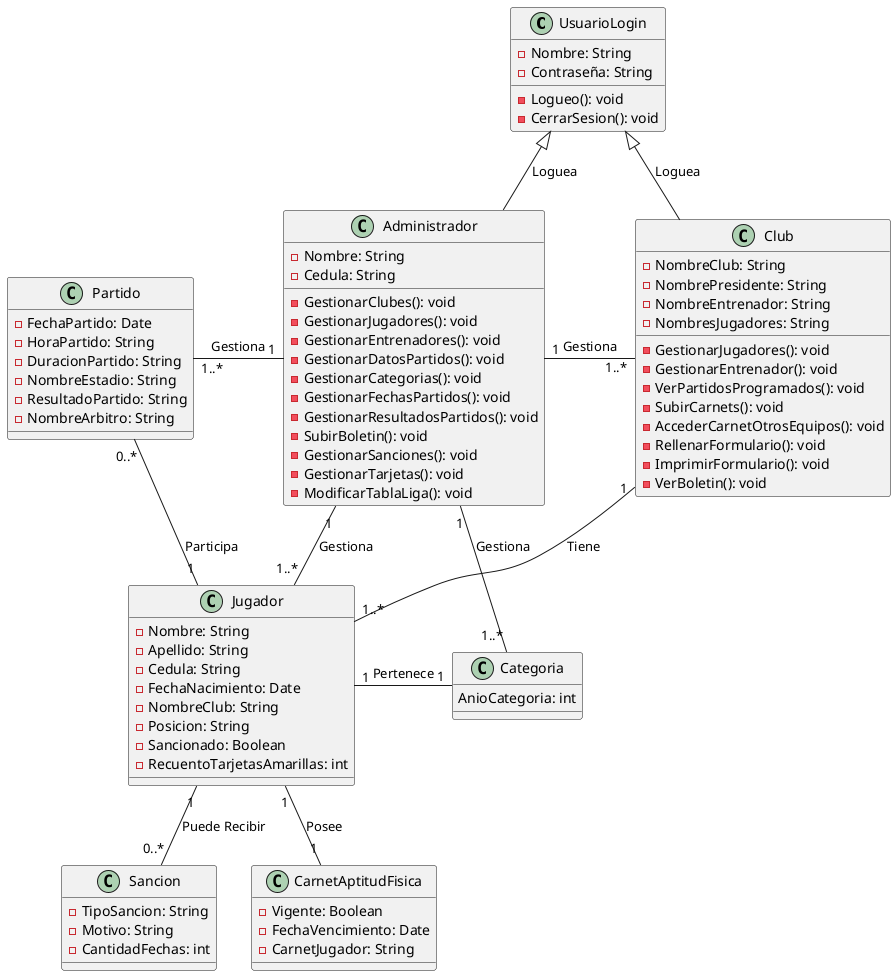
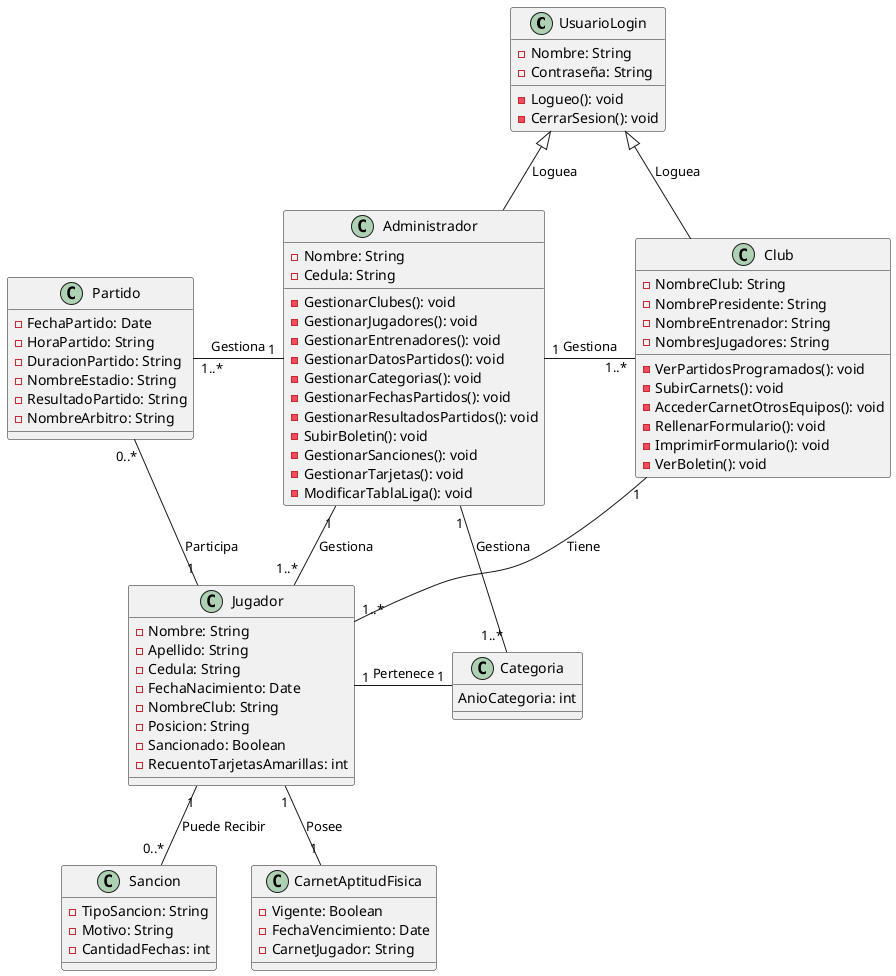
@startuml Final

class UsuarioLogin {
    -Nombre: String
    -Contraseña: String

    -Logueo(): void
    -CerrarSesion(): void

}

class Administrador {
    -Nombre: String
    -Cedula: String

    -GestionarClubes(): void
    -GestionarJugadores(): void
    -GestionarEntrenadores(): void
    -GestionarDatosPartidos(): void
    -GestionarCategorias(): void
    -GestionarFechasPartidos(): void
    -GestionarResultadosPartidos(): void
    -SubirBoletin(): void
    -GestionarSanciones(): void
    -GestionarTarjetas(): void
    -ModificarTablaLiga(): void
}

class Club {
    -NombreClub: String
    -NombrePresidente: String
    -NombreEntrenador: String
    -NombresJugadores: String

-     -GestionarJugadores(): void
-     -GestionarEntrenador(): void
    -VerPartidosProgramados(): void
    -SubirCarnets(): void
    -AccederCarnetOtrosEquipos(): void
    -RellenarFormulario(): void
    -ImprimirFormulario(): void
    -VerBoletin(): void
}

class Jugador {
    -Nombre: String
    -Apellido: String
    -Cedula: String
    -FechaNacimiento: Date
    -NombreClub: String
    -Posicion: String
    -Sancionado: Boolean
    -RecuentoTarjetasAmarillas: int
}

class Categoria {
    AnioCategoria: int
}

class Partido {
    -FechaPartido: Date
    -HoraPartido: String
    -DuracionPartido: String
    -NombreEstadio: String
    -ResultadoPartido: String
    -NombreArbitro: String
}

class Sancion {
    -TipoSancion: String
    -Motivo: String
    -CantidadFechas: int
}

class CarnetAptitudFisica {
    -Vigente: Boolean
    -FechaVencimiento: Date
    -CarnetJugador: String
}

UsuarioLogin <|-- Administrador: Loguea
UsuarioLogin <|-- Club: Loguea

Administrador "1" -right- "1..*" Club: Gestiona
Administrador "1" -left- "1..*" Partido: Gestiona
Administrador "1" -- "1..*" Jugador: Gestiona
Administrador "1" -- "1..*" Categoria: Gestiona

Club "1" -down- "1..*" Jugador: Tiene

Jugador "1" -right- "1" Categoria: Pertenece
Jugador "1" -down- "0..*" Sancion: Puede Recibir
Jugador "1" -down- "1" CarnetAptitudFisica: Posee
Jugador "1" -left- "0..*" Partido: Participa
@enduml